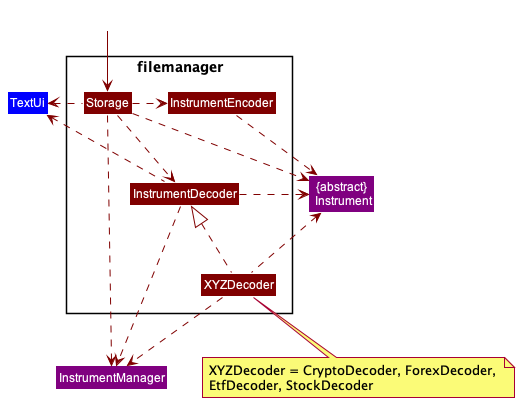
This is docs/images/FileManagerDiagram.png from williamlamjy/mTracker, a PlantUML export, as it was before one commit. Source of this version:
```plantuml
@startuml
!include Styles.puml

Package "filemanager"  <<Rectangle>>{
     Class Storage COLOR_STORAGE
     Class InstrumentDecoder COLOR_STORAGE
     Class InstrumentEncoder COLOR_STORAGE
     Class XYZDecoder COLOR_STORAGE
}

Class TextUi COLOR_UI

Class "{abstract}\n Instrument" as Instrument COLOR_MODEL
Class InstrumentManager COLOR_MODEL


Class outside COLOR_WHITE
 outside -down[COLOR_STORAGE]-> Storage
 XYZDecoder -up[COLOR_STORAGE].|>InstrumentDecoder
 Storage -right[COLOR_STORAGE].> InstrumentEncoder
 Storage -down[COLOR_STORAGE].> InstrumentDecoder
 Storage -down[COLOR_STORAGE].> Instrument
 Storage -down[COLOR_STORAGE].> InstrumentManager
 InstrumentEncoder -down[COLOR_STORAGE].> Instrument
 InstrumentDecoder -down[COLOR_STORAGE].> InstrumentManager
 InstrumentDecoder -right[COLOR_STORAGE].> Instrument
 XYZDecoder -up[COLOR_STORAGE].> Instrument
 XYZDecoder -down[COLOR_STORAGE].> InstrumentManager
 Storage -left[COLOR_STORAGE].> TextUi
 InstrumentDecoder -left[COLOR_STORAGE].> TextUi


note bottom of XYZDecoder: XYZDecoder = CryptoDecoder, ForexDecoder, \nEtfDecoder, StockDecoder

@enduml
```
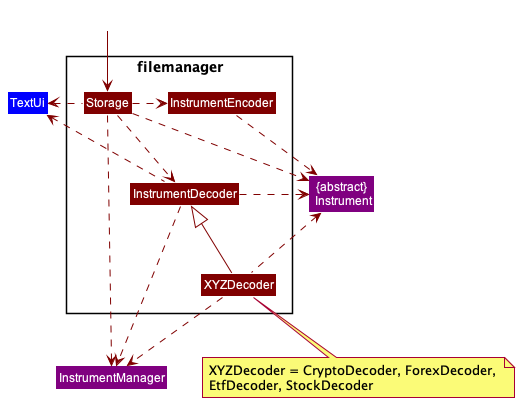
Later version of the same file.

Diff of the diagram source:
```diff
@@ -16,7 +16,7 @@
 
 Class outside COLOR_WHITE
  outside -down[COLOR_STORAGE]-> Storage
- XYZDecoder -up[COLOR_STORAGE].|>InstrumentDecoder
+ XYZDecoder -up[COLOR_STORAGE]-|>InstrumentDecoder
  Storage -right[COLOR_STORAGE].> InstrumentEncoder
  Storage -down[COLOR_STORAGE].> InstrumentDecoder
  Storage -down[COLOR_STORAGE].> Instrument
```
